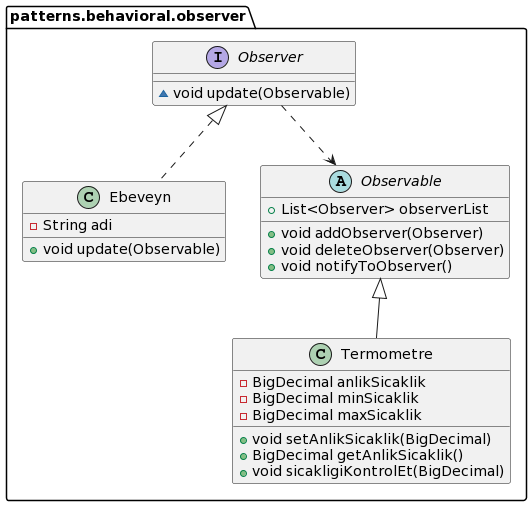
MertBaran/Design-Patterns keeps this PlantUML diagram as umls/behavioral/ObserverUML.png. Above is the earlier version. The source it was exported from:
```plantuml
@startuml
class patterns.behavioral.observer.Ebeveyn {
- String adi
+ void update(Observable)
}
abstract class patterns.behavioral.observer.Observable {
+ List<Observer> observerList
+ void addObserver(Observer)
+ void deleteObserver(Observer)
+ void notifyToObserver()
}
interface patterns.behavioral.observer.Observer {
~ void update(Observable)
}
class patterns.behavioral.observer.Termometre {
- BigDecimal anlikSicaklik
- BigDecimal minSicaklik
- BigDecimal maxSicaklik
+ void setAnlikSicaklik(BigDecimal)
+ BigDecimal getAnlikSicaklik()
+ void sicakligiKontrolEt(BigDecimal)
}

patterns.behavioral.observer.Observer ..> patterns.behavioral.observer.Observable
patterns.behavioral.observer.Observer <|.. patterns.behavioral.observer.Ebeveyn
patterns.behavioral.observer.Observable <|-- patterns.behavioral.observer.Termometre
@enduml
```
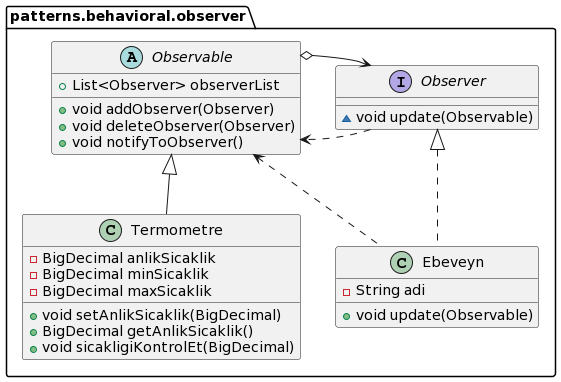
Above is the later version.

Diff of the diagram source:
```diff
@@ -21,7 +21,9 @@
 + void sicakligiKontrolEt(BigDecimal)
 }
 
-patterns.behavioral.observer.Observer ..> patterns.behavioral.observer.Observable
+patterns.behavioral.observer.Observer .> patterns.behavioral.observer.Observable
+patterns.behavioral.observer.Observable <. patterns.behavioral.observer.Ebeveyn
 patterns.behavioral.observer.Observer <|.. patterns.behavioral.observer.Ebeveyn
+patterns.behavioral.observer.Observable o--> patterns.behavioral.observer.Observer
 patterns.behavioral.observer.Observable <|-- patterns.behavioral.observer.Termometre
 @enduml
```
